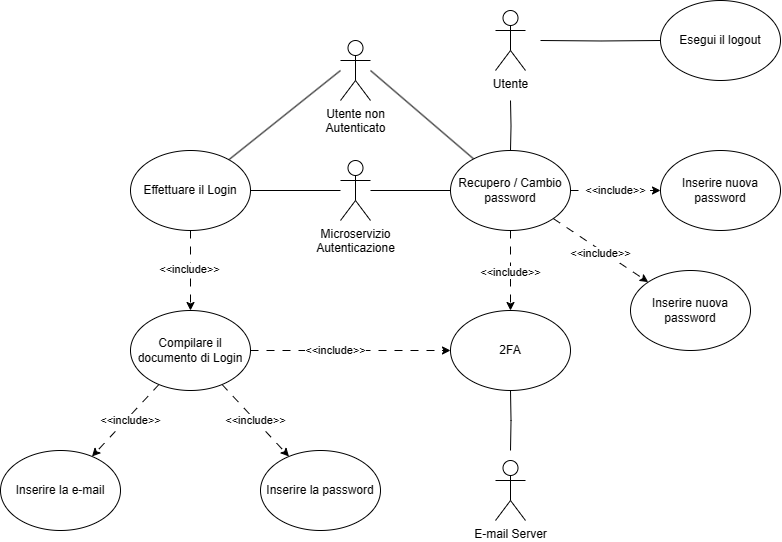
IS-FixMi/Documentation-Source keeps this draw.io diagram as second-deliverable/images/UCD/RF1_login_UCD.png. Above is the earlier version. Source tidied: cells renumbered, new cells last; positions are measured from the earlier drawing's top-left corner, leaving out a move shared by most shapes.
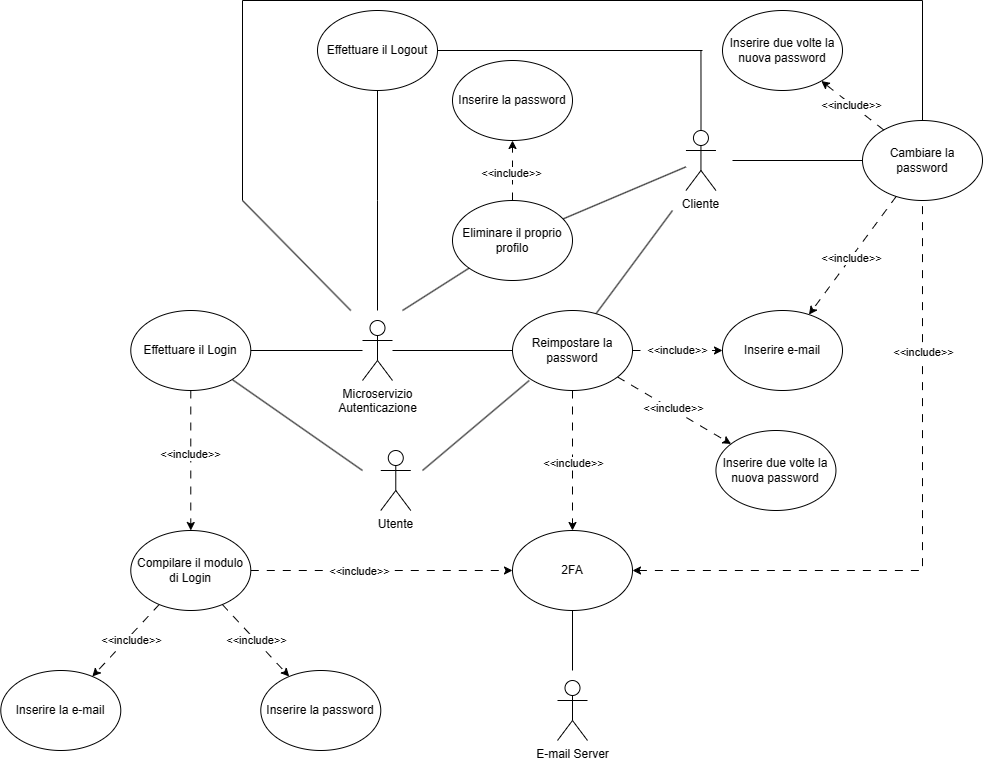
The same file after the commit.

Commit message:
Fixed typos, edited images and added logout and profile delition

Change to the diagram source:
```diff
@@ -4,24 +4,33 @@
     <mxCell id="1" parent="0" />
     <mxCell id="2" style="rounded=0;jettySize=auto;html=1;endArrow=none;endFill=0;" parent="1" edge="1" target="9">
       <mxGeometry relative="1" as="geometry">
-        <mxPoint x="340" y="70" as="sourcePoint" />
+        <mxPoint x="300" y="310" as="sourcePoint" />
       </mxGeometry>
     </mxCell>
-    <mxCell id="3" style="rounded=0;jettySize=auto;html=1;endArrow=none;endFill=0;" parent="1" edge="1" target="27">
+    <mxCell id="3" style="rounded=0;orthogonalLoop=1;jettySize=auto;html=1;endArrow=none;endFill=0;" parent="1" edge="1">
       <mxGeometry relative="1" as="geometry">
-        <mxPoint x="370" y="70" as="sourcePoint" />
+        <mxPoint x="360" y="310" as="sourcePoint" />
+        <mxPoint x="466.7" y="220" as="targetPoint" />
       </mxGeometry>
     </mxCell>
-    <mxCell id="4" value="Utente non&lt;br&gt;Autenticato" style="shape=umlActor;verticalLabelPosition=bottom;verticalAlign=top;html=1;" parent="1" vertex="1">
-      <mxGeometry x="340" y="40" width="30" height="60" as="geometry" />
+    <mxCell id="4" value="Utente" style="shape=umlActor;verticalLabelPosition=bottom;verticalAlign=top;html=1;" parent="1" vertex="1">
+      <mxGeometry x="318.3" y="290" width="30" height="60" as="geometry" />
     </mxCell>
-    <mxCell id="5" style="edgeStyle=orthogonalEdgeStyle;rounded=0;jettySize=auto;html=1;entryX=0.5;entryY=0;entryDx=0;entryDy=0;endArrow=none;endFill=0;" parent="1" edge="1" target="27">
+    <mxCell id="5" style="rounded=0;jettySize=auto;html=1;entryX=0.682;entryY=0.069;entryDx=0;entryDy=0;endArrow=none;endFill=0;entryPerimeter=0;" parent="1" edge="1" target="27">
       <mxGeometry relative="1" as="geometry">
-        <mxPoint x="510" y="100" as="sourcePoint" />
+        <mxPoint x="610" y="50" as="sourcePoint" />
       </mxGeometry>
     </mxCell>
+    <mxCell id="35" style="edgeStyle=orthogonalEdgeStyle;rounded=0;jettySize=auto;html=1;endArrow=none;endFill=0;" parent="1" edge="1" source="6">
+      <mxGeometry relative="1" as="geometry">
+        <mxPoint x="638.5" y="-110" as="targetPoint" />
+      </mxGeometry>
+    </mxCell>
+    <mxCell id="36" style="rounded=0;jettySize=auto;html=1;endArrow=none;endFill=0;" parent="1" edge="1" source="6" target="58">
+      <mxGeometry relative="1" as="geometry" />
+    </mxCell>
-    <mxCell id="6" value="Utente" style="shape=umlActor;verticalLabelPosition=bottom;verticalAlign=top;html=1;" parent="1" vertex="1">
-      <mxGeometry x="495" y="10" width="30" height="60" as="geometry" />
+    <mxCell id="6" value="Cliente" style="shape=umlActor;verticalLabelPosition=bottom;verticalAlign=top;html=1;" parent="1" vertex="1">
+      <mxGeometry x="623.5" y="-30" width="30" height="60" as="geometry" />
     </mxCell>
     <mxCell id="7" style="edgeStyle=orthogonalEdgeStyle;rounded=0;jettySize=auto;html=1;dashed=1;dashPattern=8 8;" parent="1" edge="1" source="9" target="16">
       <mxGeometry relative="1" as="geometry" />
@@ -32,7 +41,7 @@
       </mxGeometry>
     </mxCell>
     <mxCell id="9" value="Effettuare il Login" style="ellipse;whiteSpace=wrap;html=1;" parent="1" vertex="1">
-      <mxGeometry x="130" y="150" width="120" height="80" as="geometry" />
+      <mxGeometry x="68.3" y="150" width="120" height="80" as="geometry" />
     </mxCell>
     <mxCell id="10" style="edgeStyle=orthogonalEdgeStyle;rounded=0;jettySize=auto;html=1;dashed=1;dashPattern=8 8;" parent="1" edge="1" source="16" target="19">
       <mxGeometry relative="1" as="geometry" />
@@ -56,25 +65,28 @@
     <mxCell id="15" value="&amp;lt;&amp;lt;include&amp;gt;&amp;gt;" style="edgeLabel;html=1;align=center;verticalAlign=middle;" parent="14" vertex="1">
       <mxGeometry relative="1" as="geometry" />
     </mxCell>
-    <mxCell id="16" value="Compilare il documento di Login" style="ellipse;whiteSpace=wrap;html=1;" parent="1" vertex="1">
-      <mxGeometry x="130" y="310" width="120" height="80" as="geometry" />
+    <mxCell id="16" value="Compilare il modulo di Login" style="ellipse;whiteSpace=wrap;html=1;" parent="1" vertex="1">
+      <mxGeometry x="68.3" y="370" width="120" height="80" as="geometry" />
     </mxCell>
     <mxCell id="17" value="Inserire la e-mail" style="ellipse;whiteSpace=wrap;html=1;" parent="1" vertex="1">
-      <mxGeometry y="450" width="120" height="80" as="geometry" />
+      <mxGeometry x="-61.7" y="510" width="120" height="80" as="geometry" />
     </mxCell>
     <mxCell id="18" value="Inserire la password" style="ellipse;whiteSpace=wrap;html=1;" parent="1" vertex="1">
-      <mxGeometry x="260" y="450" width="120" height="80" as="geometry" />
+      <mxGeometry x="198.3" y="510" width="120" height="80" as="geometry" />
     </mxCell>
+    <mxCell id="37" style="edgeStyle=orthogonalEdgeStyle;rounded=0;jettySize=auto;html=1;startArrow=classic;startFill=1;endArrow=none;endFill=0;dashed=1;dashPattern=8 8;" parent="1" edge="1" source="19" target="44">
+      <mxGeometry relative="1" as="geometry" />
+    </mxCell>
+    <mxCell id="38" value="&amp;lt;&amp;lt;include&amp;gt;&amp;gt;" style="edgeLabel;html=1;align=center;verticalAlign=middle;" parent="37" vertex="1">
+      <mxGeometry x="0.54" y="-1" relative="1" as="geometry">
+        <mxPoint x="-1" as="offset" />
+      </mxGeometry>
+    </mxCell>
     <mxCell id="19" value="2FA" style="ellipse;whiteSpace=wrap;html=1;" parent="1" vertex="1">
-      <mxGeometry x="450" y="310" width="120" height="80" as="geometry" />
+      <mxGeometry x="450" y="370" width="120" height="80" as="geometry" />
     </mxCell>
-    <mxCell id="20" style="edgeStyle=orthogonalEdgeStyle;rounded=0;jettySize=auto;html=1;endArrow=none;endFill=0;" parent="1" edge="1" target="19">
-      <mxGeometry relative="1" as="geometry">
-        <mxPoint x="510" y="450" as="sourcePoint" />
-      </mxGeometry>
-    </mxCell>
     <mxCell id="21" value="E-mail Server" style="shape=umlActor;verticalLabelPosition=bottom;verticalAlign=top;html=1;" parent="1" vertex="1">
-      <mxGeometry x="495" y="460" width="30" height="60" as="geometry" />
+      <mxGeometry x="495" y="520" width="30" height="60" as="geometry" />
     </mxCell>
     <mxCell id="22" style="edgeStyle=orthogonalEdgeStyle;rounded=0;jettySize=auto;html=1;dashed=1;dashPattern=8 8;" parent="1" edge="1" source="27" target="19">
       <mxGeometry relative="1" as="geometry" />
@@ -82,23 +94,20 @@
     <mxCell id="23" value="&amp;lt;&amp;lt;include&amp;gt;&amp;gt;" style="edgeLabel;html=1;align=center;verticalAlign=middle;" parent="22" vertex="1">
       <mxGeometry x="0.03" relative="1" as="geometry" />
     </mxCell>
-    <mxCell id="24" style="rounded=0;jettySize=auto;html=1;dashed=1;dashPattern=8 8;exitX=1;exitY=1;exitDx=0;exitDy=0;" parent="1" edge="1" source="27" target="28">
-      <mxGeometry relative="1" as="geometry" />
-    </mxCell>
-    <mxCell id="25" value="&amp;lt;&amp;lt;include&amp;gt;&amp;gt;" style="edgeLabel;html=1;align=center;verticalAlign=middle;" parent="24" vertex="1">
-      <mxGeometry x="-0.19" y="1" relative="1" as="geometry">
-        <mxPoint x="8" y="10" as="offset" />
-      </mxGeometry>
-    </mxCell>
     <mxCell id="26" value="&amp;lt;&amp;lt;include&amp;gt;&amp;gt;" style="edgeStyle=orthogonalEdgeStyle;rounded=0;jettySize=auto;html=1;entryX=0;entryY=0.5;entryDx=0;entryDy=0;dashed=1;dashPattern=8 8;" parent="1" edge="1" source="27" target="32">
       <mxGeometry relative="1" as="geometry" />
     </mxCell>
+    <mxCell id="39" style="rounded=0;jettySize=auto;html=1;dashed=1;dashPattern=8 8;" parent="1" edge="1" source="27" target="51">
+      <mxGeometry relative="1" as="geometry" />
+    </mxCell>
+    <mxCell id="40" value="&amp;lt;&amp;lt;include&amp;gt;&amp;gt;" style="edgeLabel;html=1;align=center;verticalAlign=middle;" parent="39" vertex="1">
+      <mxGeometry x="-0.09" y="-1" relative="1" as="geometry">
+        <mxPoint x="4" as="offset" />
+      </mxGeometry>
+    </mxCell>
-    <mxCell id="27" value="Recupero / Cambio password" style="ellipse;whiteSpace=wrap;html=1;" parent="1" vertex="1">
+    <mxCell id="27" value="Reimpostare la password" style="ellipse;whiteSpace=wrap;html=1;" parent="1" vertex="1">
       <mxGeometry x="450" y="150" width="120" height="80" as="geometry" />
     </mxCell>
-    <mxCell id="28" value="Inserire nuova password" style="ellipse;whiteSpace=wrap;html=1;" parent="1" vertex="1">
-      <mxGeometry x="630" y="270" width="120" height="80" as="geometry" />
-    </mxCell>
     <mxCell id="29" style="edgeStyle=orthogonalEdgeStyle;rounded=0;jettySize=auto;html=1;endArrow=none;endFill=0;" parent="1" edge="1" source="31" target="27">
       <mxGeometry relative="1" as="geometry" />
     </mxCell>
@@ -106,18 +115,94 @@
       <mxGeometry relative="1" as="geometry" />
     </mxCell>
     <mxCell id="31" value="Microservizio&lt;br&gt;Autenticazione" style="shape=umlActor;verticalLabelPosition=bottom;verticalAlign=top;html=1;outlineConnect=0;" parent="1" vertex="1">
-      <mxGeometry x="340" y="160" width="30" height="60" as="geometry" />
+      <mxGeometry x="300" y="160" width="30" height="60" as="geometry" />
     </mxCell>
-    <mxCell id="32" value="Inserire nuova password" style="ellipse;whiteSpace=wrap;html=1;" parent="1" vertex="1">
+    <mxCell id="32" value="Inserire e-mail" style="ellipse;whiteSpace=wrap;html=1;" parent="1" vertex="1">
       <mxGeometry x="660" y="150" width="120" height="80" as="geometry" />
     </mxCell>
+    <mxCell id="41" style="edgeStyle=orthogonalEdgeStyle;rounded=0;jettySize=auto;html=1;endArrow=none;endFill=0;" parent="1" edge="1" source="33">
+      <mxGeometry relative="1" as="geometry">
+        <mxPoint x="315" y="150" as="targetPoint" />
+      </mxGeometry>
+    </mxCell>
-    <mxCell id="33" value="Esegui il logout" style="ellipse;whiteSpace=wrap;html=1;" parent="1" vertex="1">
-      <mxGeometry x="660" width="120" height="80" as="geometry" />
+    <mxCell id="33" value="Effettuare il Logout" style="ellipse;whiteSpace=wrap;html=1;" parent="1" vertex="1">
+      <mxGeometry x="255" y="-150" width="120" height="80" as="geometry" />
     </mxCell>
-    <mxCell id="34" style="edgeStyle=orthogonalEdgeStyle;rounded=0;jettySize=auto;html=1;endArrow=none;endFill=0;" parent="1" edge="1" target="33">
+    <mxCell id="34" style="rounded=0;jettySize=auto;html=1;endArrow=none;endFill=0;" parent="1" edge="1" target="33">
       <mxGeometry relative="1" as="geometry">
-        <mxPoint x="540" y="40" as="sourcePoint" />
+        <mxPoint x="640" y="-110" as="sourcePoint" />
       </mxGeometry>
     </mxCell>
+    <mxCell id="42" style="rounded=0;jettySize=auto;html=1;endArrow=none;endFill=0;" parent="1" edge="1" target="19">
+      <mxGeometry relative="1" as="geometry">
+        <mxPoint x="510" y="510" as="sourcePoint" />
+      </mxGeometry>
+    </mxCell>
+    <mxCell id="43" style="edgeStyle=orthogonalEdgeStyle;rounded=0;jettySize=auto;html=1;endArrow=none;endFill=0;" parent="1" edge="1" source="44">
+      <mxGeometry relative="1" as="geometry">
+        <mxPoint x="860" y="-160" as="targetPoint" />
+      </mxGeometry>
+    </mxCell>
+    <mxCell id="44" value="Cambiare la password" style="ellipse;whiteSpace=wrap;html=1;" parent="1" vertex="1">
+      <mxGeometry x="800" y="-40" width="120" height="80" as="geometry" />
+    </mxCell>
+    <mxCell id="45" style="edgeStyle=orthogonalEdgeStyle;rounded=0;jettySize=auto;html=1;endArrow=none;endFill=0;" parent="1" edge="1" source="44">
+      <mxGeometry relative="1" as="geometry">
+        <mxPoint x="670" as="targetPoint" />
+      </mxGeometry>
+    </mxCell>
+    <mxCell id="46" style="rounded=0;jettySize=auto;html=1;dashed=1;dashPattern=8 8;" parent="1" edge="1" source="44" target="32">
+      <mxGeometry relative="1" as="geometry" />
+    </mxCell>
+    <mxCell id="47" value="&amp;lt;&amp;lt;include&amp;gt;&amp;gt;" style="edgeLabel;html=1;align=center;verticalAlign=middle;" parent="46" vertex="1">
+      <mxGeometry x="0.03" relative="1" as="geometry" />
+    </mxCell>
+    <mxCell id="48" style="rounded=0;jettySize=auto;html=1;dashed=1;dashPattern=8 8;" parent="1" edge="1" source="44" target="50">
+      <mxGeometry relative="1" as="geometry" />
+    </mxCell>
+    <mxCell id="49" value="&amp;lt;&amp;lt;include&amp;gt;&amp;gt;" style="edgeLabel;html=1;align=center;verticalAlign=middle;" parent="48" vertex="1">
+      <mxGeometry x="0.03" relative="1" as="geometry" />
+    </mxCell>
+    <mxCell id="50" value="Inserire due volte la nuova password" style="ellipse;whiteSpace=wrap;html=1;" parent="1" vertex="1">
+      <mxGeometry x="660" y="-150" width="120" height="80" as="geometry" />
+    </mxCell>
+    <mxCell id="51" value="Inserire due volte la nuova password" style="ellipse;whiteSpace=wrap;html=1;" parent="1" vertex="1">
+      <mxGeometry x="653.5" y="270" width="120" height="80" as="geometry" />
+    </mxCell>
+    <mxCell id="52" style="rounded=0;orthogonalLoop=1;jettySize=auto;html=1;endArrow=none;endFill=0;" parent="1" edge="1">
+      <mxGeometry relative="1" as="geometry">
+        <mxPoint x="860" y="-160" as="sourcePoint" />
+        <mxPoint x="180" y="-160" as="targetPoint" />
+      </mxGeometry>
+    </mxCell>
+    <mxCell id="53" style="rounded=0;orthogonalLoop=1;jettySize=auto;html=1;endArrow=none;endFill=0;" parent="1" edge="1">
+      <mxGeometry relative="1" as="geometry">
+        <mxPoint x="180" y="40" as="sourcePoint" />
+        <mxPoint x="180" y="-160" as="targetPoint" />
+      </mxGeometry>
+    </mxCell>
+    <mxCell id="54" style="rounded=0;orthogonalLoop=1;jettySize=auto;html=1;endArrow=none;endFill=0;" parent="1" edge="1">
+      <mxGeometry relative="1" as="geometry">
+        <mxPoint x="288.3" y="150" as="sourcePoint" />
+        <mxPoint x="180" y="40" as="targetPoint" />
+      </mxGeometry>
+    </mxCell>
+    <mxCell id="55" style="rounded=0;jettySize=auto;html=1;endArrow=none;endFill=0;" parent="1" edge="1" source="58">
+      <mxGeometry relative="1" as="geometry">
+        <mxPoint x="340" y="150" as="targetPoint" />
+      </mxGeometry>
+    </mxCell>
+    <mxCell id="56" style="edgeStyle=orthogonalEdgeStyle;rounded=0;jettySize=auto;html=1;dashed=1;dashPattern=8 8;" parent="1" edge="1" source="58" target="59">
+      <mxGeometry relative="1" as="geometry" />
+    </mxCell>
+    <mxCell id="57" value="&amp;lt;&amp;lt;include&amp;gt;&amp;gt;" style="edgeLabel;html=1;align=center;verticalAlign=middle;" parent="56" vertex="1">
+      <mxGeometry x="-0.07" y="2" relative="1" as="geometry" />
+    </mxCell>
+    <mxCell id="58" value="Eliminare il proprio profilo" style="ellipse;whiteSpace=wrap;html=1;" parent="1" vertex="1">
+      <mxGeometry x="390" y="40" width="120" height="80" as="geometry" />
+    </mxCell>
+    <mxCell id="59" value="Inserire la password" style="ellipse;whiteSpace=wrap;html=1;" parent="1" vertex="1">
+      <mxGeometry x="390" y="-100" width="120" height="80" as="geometry" />
+    </mxCell>
   </root>
 </mxGraphModel>
```
